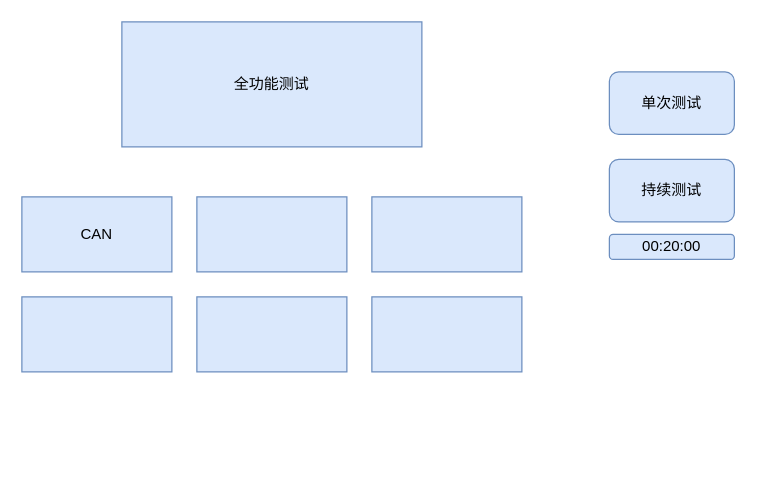
Before: 未命名绘图.drawio in pigstimemachine/drawIO, a draw.io diagram. Source tidied: cells renumbered, new cells numbered last; positions are measured from the earlier drawing's top-left corner, leaving out a move shared by most shapes. Both pictures are drawn from the tidied source at 125%, with x=0, y=0 at pixel (21, 21).
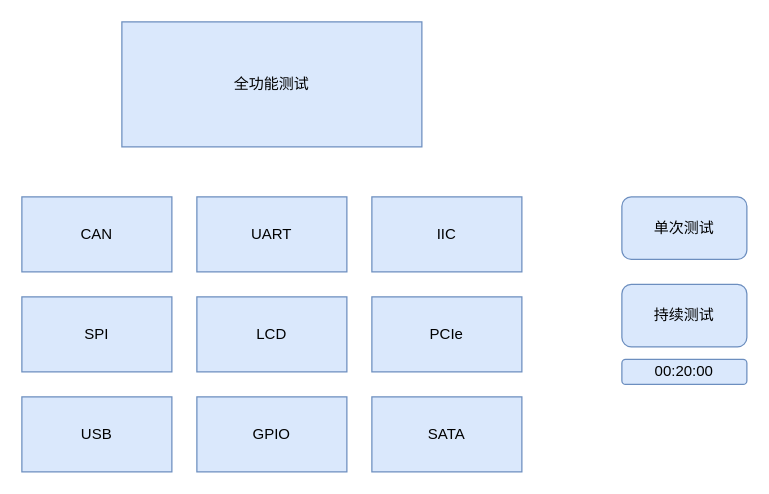
After the change.

Commit message:
更新未命名绘图.drawio

Diff of the diagram source:
```diff
@@
 <mxGraphModel>
   <root>
     <mxCell id="0" />
     <mxCell id="1" parent="0" />
-    <mxCell id="2" style="rounded=0;whiteSpace=wrap;html=1;fillColor=#dae8fc;strokeColor=#6c8ebf;" parent="1" vertex="1">
+    <mxCell id="2" value="UART" style="rounded=0;whiteSpace=wrap;html=1;fillColor=#dae8fc;strokeColor=#6c8ebf;" parent="1" vertex="1">
       <mxGeometry x="140" y="140" width="120" height="60" as="geometry" />
     </mxCell>
-    <mxCell id="3" style="rounded=0;whiteSpace=wrap;html=1;fillColor=#dae8fc;strokeColor=#6c8ebf;" parent="1" vertex="1">
+    <mxCell id="3" value="SPI" style="rounded=0;whiteSpace=wrap;html=1;fillColor=#dae8fc;strokeColor=#6c8ebf;" parent="1" vertex="1">
       <mxGeometry y="220" width="120" height="60" as="geometry" />
     </mxCell>
-    <mxCell id="4" style="rounded=0;whiteSpace=wrap;html=1;fillColor=#dae8fc;strokeColor=#6c8ebf;" parent="1" vertex="1">
+    <mxCell id="4" value="PCIe" style="rounded=0;whiteSpace=wrap;html=1;fillColor=#dae8fc;strokeColor=#6c8ebf;" parent="1" vertex="1">
       <mxGeometry x="280" y="220" width="120" height="60" as="geometry" />
     </mxCell>
     <mxCell id="5" value="全功能测试" style="rounded=0;whiteSpace=wrap;html=1;fillColor=#dae8fc;strokeColor=#6c8ebf;" parent="1" vertex="1">
       <mxGeometry x="80" width="240" height="100" as="geometry" />
     </mxCell>
-    <mxCell id="6" style="rounded=0;whiteSpace=wrap;html=1;fillColor=#dae8fc;strokeColor=#6c8ebf;" parent="1" vertex="1">
+    <mxCell id="6" value="LCD" style="rounded=0;whiteSpace=wrap;html=1;fillColor=#dae8fc;strokeColor=#6c8ebf;" parent="1" vertex="1">
       <mxGeometry x="140" y="220" width="120" height="60" as="geometry" />
     </mxCell>
-    <mxCell id="7" style="rounded=0;whiteSpace=wrap;html=1;fillColor=#dae8fc;strokeColor=#6c8ebf;" parent="1" vertex="1">
+    <mxCell id="7" value="IIC" style="rounded=0;whiteSpace=wrap;html=1;fillColor=#dae8fc;strokeColor=#6c8ebf;" parent="1" vertex="1">
       <mxGeometry x="280" y="140" width="120" height="60" as="geometry" />
     </mxCell>
     <mxCell id="8" value="CAN" style="rounded=0;whiteSpace=wrap;html=1;fillColor=#dae8fc;strokeColor=#6c8ebf;" parent="1" vertex="1">
       <mxGeometry y="140" width="120" height="60" as="geometry" />
     </mxCell>
     <mxCell id="9" value="单次测试" style="rounded=1;whiteSpace=wrap;html=1;fillColor=#dae8fc;strokeColor=#6c8ebf;" parent="1" vertex="1">
-      <mxGeometry x="470" y="40" width="100" height="50" as="geometry" />
+      <mxGeometry x="480" y="140" width="100" height="50" as="geometry" />
     </mxCell>
     <mxCell id="10" value="持续测试" style="rounded=1;whiteSpace=wrap;html=1;fillColor=#dae8fc;strokeColor=#6c8ebf;" parent="1" vertex="1">
-      <mxGeometry x="470" y="110" width="100" height="50" as="geometry" />
+      <mxGeometry x="480" y="210" width="100" height="50" as="geometry" />
     </mxCell>
     <mxCell id="11" value="00:20:00" style="rounded=1;whiteSpace=wrap;html=1;fillColor=#dae8fc;strokeColor=#6c8ebf;" parent="1" vertex="1">
-      <mxGeometry x="470" y="170" width="100" height="20" as="geometry" />
+      <mxGeometry x="480" y="270" width="100" height="20" as="geometry" />
     </mxCell>
+    <mxCell id="12" value="USB" style="rounded=0;whiteSpace=wrap;html=1;fillColor=#dae8fc;strokeColor=#6c8ebf;" parent="1" vertex="1">
+      <mxGeometry y="300" width="120" height="60" as="geometry" />
+    </mxCell>
+    <mxCell id="13" value="GPIO" style="rounded=0;whiteSpace=wrap;html=1;fillColor=#dae8fc;strokeColor=#6c8ebf;" parent="1" vertex="1">
+      <mxGeometry x="140" y="300" width="120" height="60" as="geometry" />
+    </mxCell>
+    <mxCell id="14" value="SATA" style="rounded=0;whiteSpace=wrap;html=1;fillColor=#dae8fc;strokeColor=#6c8ebf;" parent="1" vertex="1">
+      <mxGeometry x="280" y="300" width="120" height="60" as="geometry" />
+    </mxCell>
   </root>
 </mxGraphModel>
```
